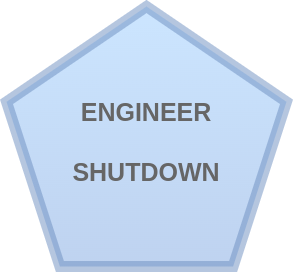
JXNCTED/Game-Judge keeps this draw.io diagram as frontend/src/assets/engineerShutdown.png. Above is the earlier version. Source tidied: cells renumbered, new cells last; positions are measured from the earlier drawing's top-left corner, leaving out a move shared by most shapes. The source it was exported from:
```xml
<mxGraphModel>
  <root>
    <mxCell id="0" />
    <mxCell id="1" parent="0" />
    <mxCell id="2" value="&lt;font style=&quot;font-size: 25px;&quot;&gt;ENGINEER&lt;br style=&quot;font-size: 25px;&quot;&gt;&lt;br style=&quot;font-size: 25px;&quot;&gt;SHUTDOWN&lt;/font&gt;" style="whiteSpace=wrap;html=1;shape=mxgraph.basic.pentagon;fillColor=#99CCFF;strokeColor=#6c8ebf;gradientColor=#7ea6e0;shadow=0;strokeWidth=11;opacity=50;fontStyle=1;labelBackgroundColor=none;verticalAlign=middle;fontSize=25;fontFamily=Helvetica;spacingTop=10;fontColor=#666666;" parent="1" vertex="1">
      <mxGeometry width="280" height="260" as="geometry" />
    </mxCell>
  </root>
</mxGraphModel>
```
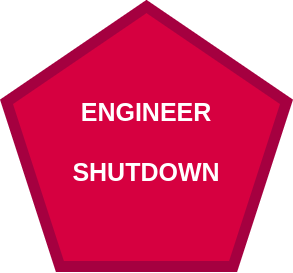
The same file after the commit.

Commit message:
finished engineer wake-up/shutdown and bomb explosion effects in streaming UI

Change to the diagram source:
```diff
@@ -2,7 +2,7 @@
   <root>
     <mxCell id="0" />
     <mxCell id="1" parent="0" />
-    <mxCell id="2" value="&lt;font style=&quot;font-size: 25px;&quot;&gt;ENGINEER&lt;br style=&quot;font-size: 25px;&quot;&gt;&lt;br style=&quot;font-size: 25px;&quot;&gt;SHUTDOWN&lt;/font&gt;" style="whiteSpace=wrap;html=1;shape=mxgraph.basic.pentagon;fillColor=#99CCFF;strokeColor=#6c8ebf;gradientColor=#7ea6e0;shadow=0;strokeWidth=11;opacity=50;fontStyle=1;labelBackgroundColor=none;verticalAlign=middle;fontSize=25;fontFamily=Helvetica;spacingTop=10;fontColor=#666666;" parent="1" vertex="1">
+    <mxCell id="2" value="&lt;font style=&quot;font-size: 25px;&quot;&gt;ENGINEER&lt;br style=&quot;font-size: 25px;&quot;&gt;&lt;br style=&quot;font-size: 25px;&quot;&gt;SHUTDOWN&lt;br&gt;&lt;/font&gt;" style="whiteSpace=wrap;html=1;shape=mxgraph.basic.pentagon;fillColor=#d60040;strokeColor=#A50040;shadow=0;strokeWidth=11;fontStyle=1;labelBackgroundColor=none;verticalAlign=middle;fontSize=25;fontFamily=Helvetica;spacingTop=10;fontColor=#ffffff;" parent="1" vertex="1">
       <mxGeometry width="280" height="260" as="geometry" />
     </mxCell>
   </root>
```
